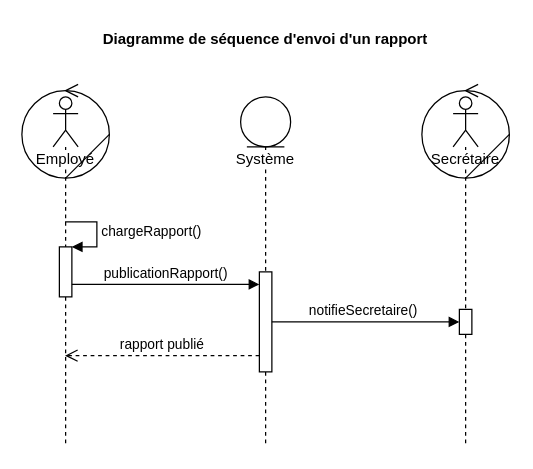
Neilerua13/tp-analyse-uml keeps this draw.io diagram as Diagrammes/03 - Séquences/Envoie rapport/03 - Séquences - Envoi rapport.drawio. Above is the earlier version. Source tidied: cells renumbered, new cells numbered last; positions are measured from the earlier drawing's top-left corner, leaving out a move shared by most shapes. Both pictures are drawn from the tidied source at 125%, with x=0, y=0 at pixel (21, 21).
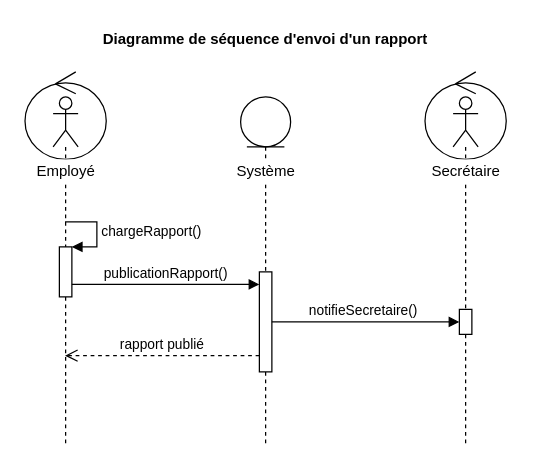
The same diagram, later.

Commit message (it also covers changes not shown here):
Diagramme séquence envoi rapport

What changed in the source:
```diff
@@
-    <mxCell id="2" value="Employé" style="shape=umlLifeline;participant=umlActor;perimeter=lifelinePerimeter;whiteSpace=wrap;html=1;verticalAlign=top;spacingTop=36;labelBackgroundColor=#ffffff;outlineConnect=0;" parent="1" vertex="1">
+    <mxCell id="2" style="shape=umlLifeline;participant=umlActor;perimeter=lifelinePerimeter;whiteSpace=wrap;html=1;verticalAlign=top;spacingTop=36;labelBackgroundColor=#ffffff;outlineConnect=0;" parent="1" vertex="1">
       <mxGeometry x="25" y="60" width="20" height="280" as="geometry" />
     </mxCell>
@@
-    <mxCell id="7" value="Secrétaire&lt;br&gt;" style="shape=umlLifeline;participant=umlActor;perimeter=lifelinePerimeter;whiteSpace=wrap;html=1;verticalAlign=top;spacingTop=36;labelBackgroundColor=#ffffff;" parent="1" vertex="1">
+    <mxCell id="7" style="shape=umlLifeline;participant=umlActor;perimeter=lifelinePerimeter;whiteSpace=wrap;html=1;verticalAlign=top;spacingTop=36;labelBackgroundColor=#ffffff;" parent="1" vertex="1">
       <mxGeometry x="345" y="60" width="20" height="280" as="geometry" />
     </mxCell>
@@
-    <mxCell id="11" value="Système" style="shape=umlLifeline;participant=umlEntity;perimeter=lifelinePerimeter;whiteSpace=wrap;html=1;verticalAlign=top;spacingTop=36;labelBackgroundColor=#ffffff;outlineConnect=0;" parent="1" vertex="1">
+    <mxCell id="11" style="shape=umlLifeline;participant=umlEntity;perimeter=lifelinePerimeter;whiteSpace=wrap;html=1;verticalAlign=top;spacingTop=36;labelBackgroundColor=#ffffff;outlineConnect=0;" parent="1" vertex="1">
       <mxGeometry x="175" y="60" width="40" height="280" as="geometry" />
     </mxCell>
@@
-    <mxCell id="13" style="ellipse;whiteSpace=wrap;html=1;fillColor=none;" parent="1" vertex="1">
-      <mxGeometry y="55" width="70" height="70" as="geometry" />
-    </mxCell>
-    <mxCell id="14" style="endArrow=none;html=1;entryX=1;entryY=0.5;entryDx=0;entryDy=0;exitX=0.5;exitY=1;exitDx=0;exitDy=0;" parent="1" edge="1" source="13" target="13">
-      <mxGeometry relative="1" as="geometry" />
-    </mxCell>
-    <mxCell id="15" style="endArrow=none;html=1;exitX=0.5;exitY=0;exitDx=0;exitDy=0;" parent="1" edge="1" source="13">
-      <mxGeometry relative="1" as="geometry">
-        <mxPoint x="45" y="50" as="targetPoint" />
-      </mxGeometry>
-    </mxCell>
-    <mxCell id="16" style="endArrow=none;html=1;entryX=0.5;entryY=0;entryDx=0;entryDy=0;" parent="1" edge="1" target="13">
-      <mxGeometry relative="1" as="geometry">
-        <mxPoint x="45" y="60" as="sourcePoint" />
-      </mxGeometry>
-    </mxCell>
-    <mxCell id="17" style="ellipse;whiteSpace=wrap;html=1;fillColor=none;" parent="1" vertex="1">
-      <mxGeometry x="320" y="55" width="70" height="70" as="geometry" />
-    </mxCell>
-    <mxCell id="18" style="endArrow=none;html=1;entryX=1;entryY=0.5;entryDx=0;entryDy=0;exitX=0.5;exitY=1;exitDx=0;exitDy=0;" parent="1" edge="1" source="17" target="17">
-      <mxGeometry relative="1" as="geometry" />
-    </mxCell>
-    <mxCell id="19" style="endArrow=none;html=1;exitX=0.5;exitY=0;exitDx=0;exitDy=0;" parent="1" edge="1" source="17">
-      <mxGeometry relative="1" as="geometry">
-        <mxPoint x="365" y="50" as="targetPoint" />
-      </mxGeometry>
-    </mxCell>
-    <mxCell id="20" style="endArrow=none;html=1;entryX=0.5;entryY=0;entryDx=0;entryDy=0;" parent="1" edge="1" target="17">
-      <mxGeometry relative="1" as="geometry">
-        <mxPoint x="365" y="60" as="sourcePoint" />
-      </mxGeometry>
-    </mxCell>
+    <mxCell id="21" style="ellipse;shape=umlControl;whiteSpace=wrap;html=1;fillColor=none;" parent="1" vertex="1">
+      <mxGeometry x="2.5" y="40" width="65" height="70" as="geometry" />
+    </mxCell>
+    <mxCell id="22" value="Employé" style="text;html=1;align=center;verticalAlign=middle;fillColor=#FFFFFF;" parent="1" vertex="1">
+      <mxGeometry x="5" y="110" width="60" height="20" as="geometry" />
+    </mxCell>
+    <mxCell id="23" style="ellipse;shape=umlControl;whiteSpace=wrap;html=1;fillColor=none;" parent="1" vertex="1">
+      <mxGeometry x="322.5" y="40" width="65" height="70" as="geometry" />
+    </mxCell>
+    <mxCell id="24" value="Secrétaire" style="text;html=1;align=center;verticalAlign=middle;fillColor=#FFFFFF;" parent="1" vertex="1">
+      <mxGeometry x="320" y="110" width="70" height="20" as="geometry" />
+    </mxCell>
+    <mxCell id="25" value="Système" style="text;html=1;align=center;verticalAlign=middle;fillColor=#FFFFFF;" parent="1" vertex="1">
+      <mxGeometry x="165" y="110" width="60" height="20" as="geometry" />
+    </mxCell>
```
